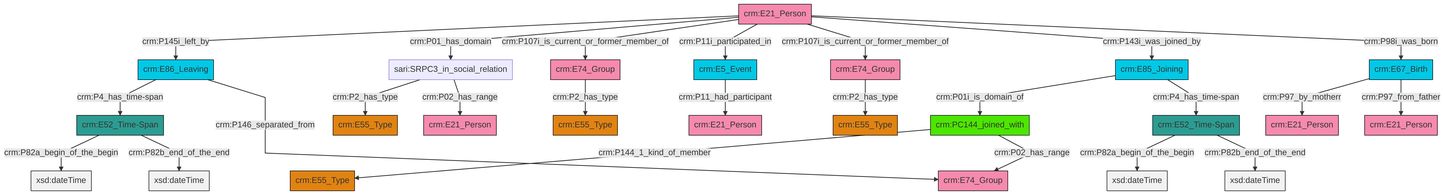
swiss-art-research-net/reference-data-models keeps this Mermaid diagram as et/personCSV/ttl/mmd/png/Person_Actor_Relations.png. Above is the earlier version. Its source is kept beside it as et/personCSV/ttl/mmd/Person_Actor_Relations.ttl.mmd.
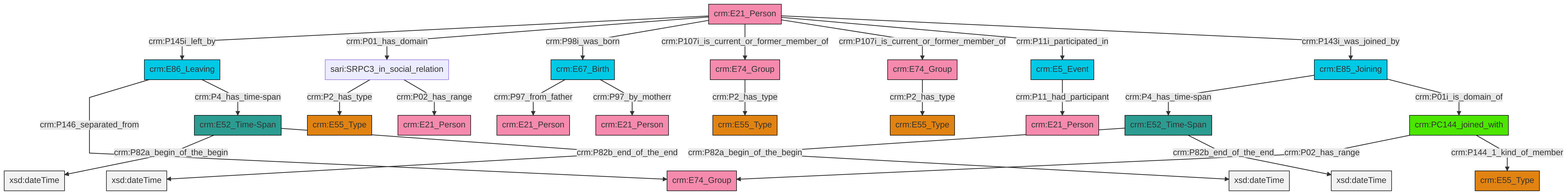
After the commit.

Change to the diagram source:
```diff
@@ -13,27 +13,27 @@
 classDef PC_Classes fill:#4ce600, stroke:#000000;
 classDef Multi fill:#cccccc,stroke:#000000;
 
-0["crm:E67_Birth"]:::Temporal_Entity -->|crm:P97_by_motherr| 1["crm:E21_Person"]:::Actor
-2["crm:PC144_joined_with"]:::PC_Classes -->|crm:P144_1_kind_of_member| 3["crm:E55_Type"]:::Type
-4["sari:SRPC3_in_social_relation"]:::Default -->|crm:P2_has_type| 5["crm:E55_Type"]:::Type
-8["crm:E21_Person"]:::Actor -->|crm:P145i_left_by| 9["crm:E86_Leaving"]:::Temporal_Entity
-12["crm:E52_Time-Span"]:::Time-Span -->|crm:P82a_begin_of_the_begin| 13[xsd:dateTime]:::Literal
-8["crm:E21_Person"]:::Actor -->|crm:P01_has_domain| 4["sari:SRPC3_in_social_relation"]:::Default
-16["crm:E74_Group"]:::Actor -->|crm:P2_has_type| 17["crm:E55_Type"]:::Type
-19["crm:E85_Joining"]:::Temporal_Entity -->|crm:P01i_is_domain_of| 2["crm:PC144_joined_with"]:::PC_Classes
-4["sari:SRPC3_in_social_relation"]:::Default -->|crm:P02_has_range| 20["crm:E21_Person"]:::Actor
-9["crm:E86_Leaving"]:::Temporal_Entity -->|crm:P4_has_time-span| 14["crm:E52_Time-Span"]:::Time-Span
-14["crm:E52_Time-Span"]:::Time-Span -->|crm:P82a_begin_of_the_begin| 29[xsd:dateTime]:::Literal
-12["crm:E52_Time-Span"]:::Time-Span -->|crm:P82b_end_of_the_end| 30[xsd:dateTime]:::Literal
-8["crm:E21_Person"]:::Actor -->|crm:P107i_is_current_or_former_member_of| 33["crm:E74_Group"]:::Actor
-8["crm:E21_Person"]:::Actor -->|crm:P11i_participated_in| 31["crm:E5_Event"]:::Temporal_Entity
-2["crm:PC144_joined_with"]:::PC_Classes -->|crm:P02_has_range| 25["crm:E74_Group"]:::Actor
-8["crm:E21_Person"]:::Actor -->|crm:P107i_is_current_or_former_member_of| 16["crm:E74_Group"]:::Actor
-0["crm:E67_Birth"]:::Temporal_Entity -->|crm:P97_from_father| 22["crm:E21_Person"]:::Actor
-8["crm:E21_Person"]:::Actor -->|crm:P143i_was_joined_by| 19["crm:E85_Joining"]:::Temporal_Entity
-33["crm:E74_Group"]:::Actor -->|crm:P2_has_type| 6["crm:E55_Type"]:::Type
-9["crm:E86_Leaving"]:::Temporal_Entity -->|crm:P146_separated_from| 25["crm:E74_Group"]:::Actor
-14["crm:E52_Time-Span"]:::Time-Span -->|crm:P82b_end_of_the_end| 44[xsd:dateTime]:::Literal
-8["crm:E21_Person"]:::Actor -->|crm:P98i_was_born| 0["crm:E67_Birth"]:::Temporal_Entity
-19["crm:E85_Joining"]:::Temporal_Entity -->|crm:P4_has_time-span| 12["crm:E52_Time-Span"]:::Time-Span
-31["crm:E5_Event"]:::Temporal_Entity -->|crm:P11_had_participant| 10["crm:E21_Person"]:::Actor
+0["crm:E21_Person"]:::Actor -->|crm:P145i_left_by| 1["crm:E86_Leaving"]:::Temporal_Entity
+2["sari:SRPC3_in_social_relation"]:::Default -->|crm:P2_has_type| 3["crm:E55_Type"]:::Type
+4["crm:E85_Joining"]:::Temporal_Entity -->|crm:P4_has_time-span| 5["crm:E52_Time-Span"]:::Time-Span
+5["crm:E52_Time-Span"]:::Time-Span -->|crm:P82a_begin_of_the_begin| 7[xsd:dateTime]:::Literal
+0["crm:E21_Person"]:::Actor -->|crm:P01_has_domain| 2["sari:SRPC3_in_social_relation"]:::Default
+9["crm:PC144_joined_with"]:::PC_Classes -->|crm:P02_has_range| 10["crm:E74_Group"]:::Actor
+5["crm:E52_Time-Span"]:::Time-Span -->|crm:P82b_end_of_the_end| 14[xsd:dateTime]:::Literal
+0["crm:E21_Person"]:::Actor -->|crm:P98i_was_born| 15["crm:E67_Birth"]:::Temporal_Entity
+1["crm:E86_Leaving"]:::Temporal_Entity -->|crm:P146_separated_from| 10["crm:E74_Group"]:::Actor
+0["crm:E21_Person"]:::Actor -->|crm:P107i_is_current_or_former_member_of| 16["crm:E74_Group"]:::Actor
+1["crm:E86_Leaving"]:::Temporal_Entity -->|crm:P4_has_time-span| 17["crm:E52_Time-Span"]:::Time-Span
+19["crm:E74_Group"]:::Actor -->|crm:P2_has_type| 11["crm:E55_Type"]:::Type
+2["sari:SRPC3_in_social_relation"]:::Default -->|crm:P02_has_range| 23["crm:E21_Person"]:::Actor
+0["crm:E21_Person"]:::Actor -->|crm:P107i_is_current_or_former_member_of| 19["crm:E74_Group"]:::Actor
+16["crm:E74_Group"]:::Actor -->|crm:P2_has_type| 31["crm:E55_Type"]:::Type
+0["crm:E21_Person"]:::Actor -->|crm:P11i_participated_in| 28["crm:E5_Event"]:::Temporal_Entity
+17["crm:E52_Time-Span"]:::Time-Span -->|crm:P82a_begin_of_the_begin| 38[xsd:dateTime]:::Literal
+15["crm:E67_Birth"]:::Temporal_Entity -->|crm:P97_from_father| 21["crm:E21_Person"]:::Actor
+0["crm:E21_Person"]:::Actor -->|crm:P143i_was_joined_by| 4["crm:E85_Joining"]:::Temporal_Entity
+15["crm:E67_Birth"]:::Temporal_Entity -->|crm:P97_by_motherr| 36["crm:E21_Person"]:::Actor
+4["crm:E85_Joining"]:::Temporal_Entity -->|crm:P01i_is_domain_of| 9["crm:PC144_joined_with"]:::PC_Classes
+9["crm:PC144_joined_with"]:::PC_Classes -->|crm:P144_1_kind_of_member| 26["crm:E55_Type"]:::Type
+17["crm:E52_Time-Span"]:::Time-Span -->|crm:P82b_end_of_the_end| 44[xsd:dateTime]:::Literal
+28["crm:E5_Event"]:::Temporal_Entity -->|crm:P11_had_participant| 40["crm:E21_Person"]:::Actor
```
